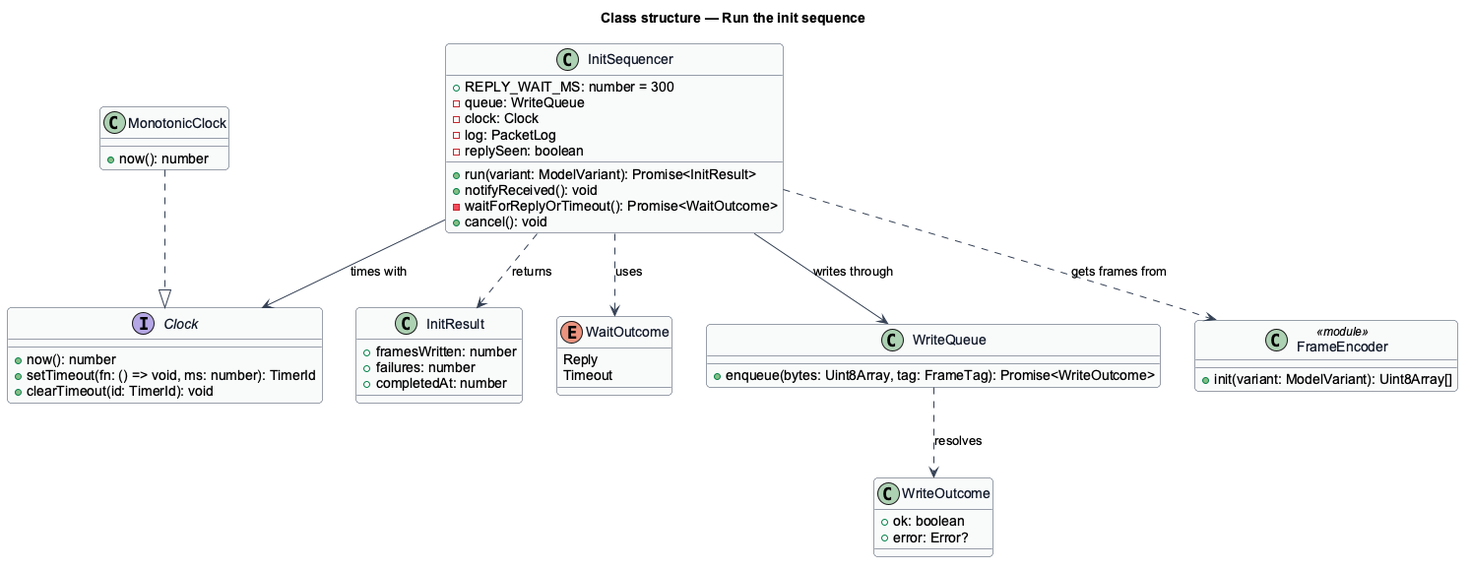
The PlantUML diagram docs/detailed-designs/handshake/run-init-sequence/diagrams/class-structure.png in QuinntyneBrown/stride-link, before a commit. Its diagram source:
```plantuml
@startuml
skinparam backgroundColor #FFFFFF
skinparam shadowing false
skinparam roundcorner 8
skinparam defaultFontName Arial
skinparam ArrowColor #344054
skinparam class {
  BorderColor #344054
  FontColor #101828
  BackgroundColor #F9FAFB
}
title Class structure — Run the init sequence

interface Clock {
  +now(): number
  +setTimeout(fn: () => void, ms: number): TimerId
  +clearTimeout(id: TimerId): void
}

class MonotonicClock {
  +now(): number
}

class InitSequencer {
  +REPLY_WAIT_MS: number = 300
  -queue: WriteQueue
  -clock: Clock
  -log: PacketLog
  -replySeen: boolean
  +run(variant: ModelVariant): Promise<InitResult>
  +notifyReceived(): void
  -waitForReplyOrTimeout(): Promise<WaitOutcome>
  +cancel(): void
}

class InitResult {
  +framesWritten: number
  +failures: number
  +completedAt: number
}

enum WaitOutcome {
  Reply
  Timeout
}

class WriteQueue {
  +enqueue(bytes: Uint8Array, tag: FrameTag): Promise<WriteOutcome>
}

class WriteOutcome {
  +ok: boolean
  +error: Error?
}

class FrameEncoder <<module>> {
  +init(variant: ModelVariant): Uint8Array[]
}

MonotonicClock ..|> Clock
InitSequencer --> Clock : times with
InitSequencer --> WriteQueue : writes through
InitSequencer ..> FrameEncoder : gets frames from
InitSequencer ..> InitResult : returns
InitSequencer ..> WaitOutcome : uses
WriteQueue ..> WriteOutcome : resolves
@enduml
```
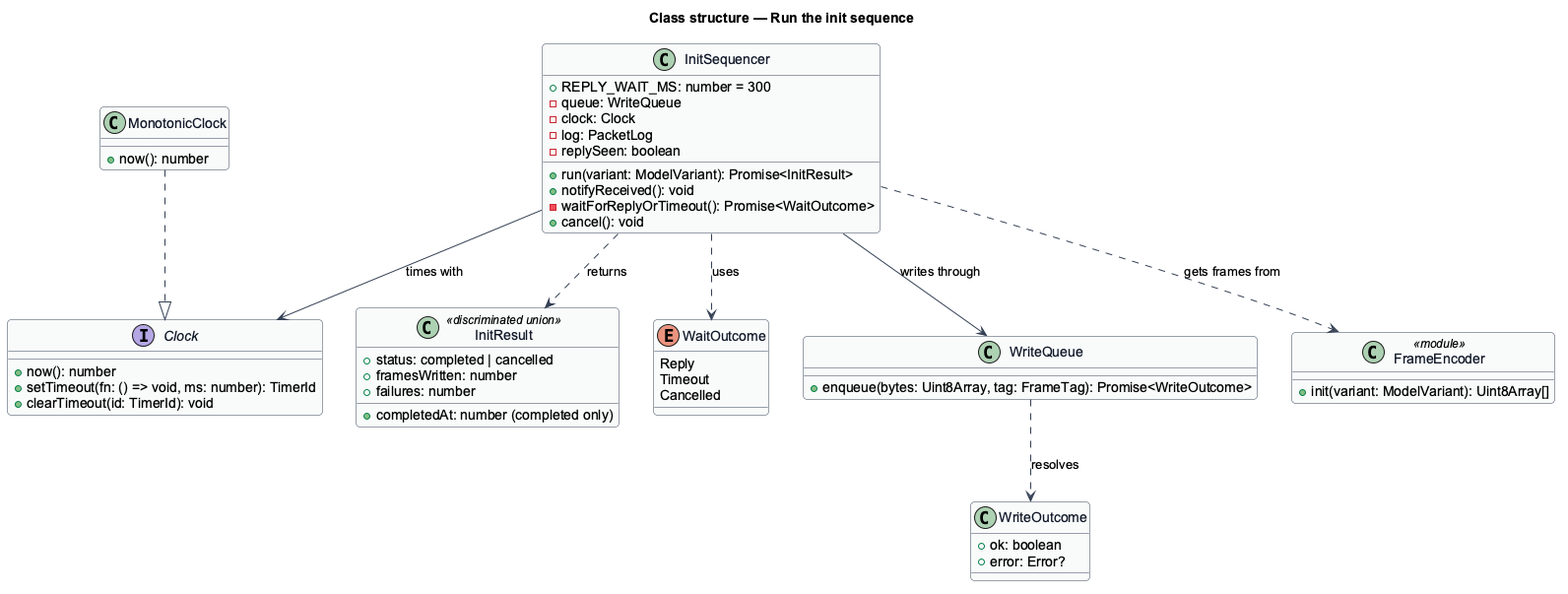
After the change.

What changed in the source:
```diff
@@ -33,15 +33,17 @@
   +cancel(): void
 }
 
-class InitResult {
+class InitResult <<discriminated union>> {
+  +status: completed | cancelled
   +framesWritten: number
   +failures: number
-  +completedAt: number
+  +completedAt: number (completed only)
 }
 
 enum WaitOutcome {
   Reply
   Timeout
+  Cancelled
 }
 
 class WriteQueue {
```
